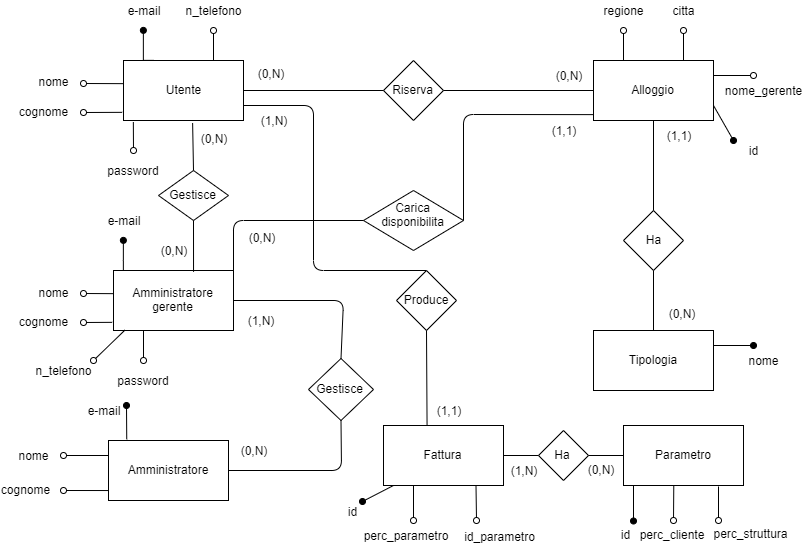
mattialazzaroni/Gestione-alloggi keeps this draw.io diagram as Progettazione/Database.png. Above is the earlier version. Source tidied: cells renumbered, new cells last; positions are measured from the earlier drawing's top-left corner, leaving out a move shared by most shapes.
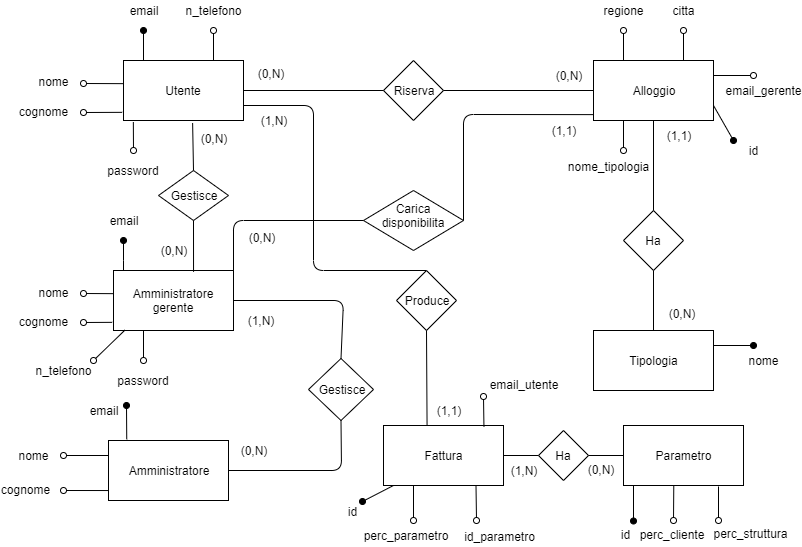
After the commit.

Diff of the diagram source:
```diff
@@ -25,7 +25,7 @@
     <mxCell id="7" style="endArrow=none;html=1;entryX=1;entryY=0.5;entryDx=0;entryDy=0;exitX=0;exitY=0.5;exitDx=0;exitDy=0;" parent="1" edge="1" source="5" target="4">
       <mxGeometry relative="1" as="geometry" />
     </mxCell>
-    <mxCell id="8" value="e-mail" style="text;html=1;strokeColor=none;fillColor=none;align=center;verticalAlign=middle;whiteSpace=wrap;rounded=0;" parent="1" vertex="1">
+    <mxCell id="8" value="email" style="text;html=1;strokeColor=none;fillColor=none;align=center;verticalAlign=middle;whiteSpace=wrap;rounded=0;" parent="1" vertex="1">
       <mxGeometry x="118" width="40" height="20" as="geometry" />
     </mxCell>
     <mxCell id="9" style="endArrow=none;html=1;entryX=0;entryY=0.386;entryDx=0;entryDy=0;startArrow=oval;startFill=0;entryPerimeter=0;" parent="1" edge="1" target="3">
@@ -81,7 +81,7 @@
         <mxPoint x="748" y="75" as="sourcePoint" />
       </mxGeometry>
     </mxCell>
-    <mxCell id="22" value="nome_gerente" style="text;html=1;strokeColor=none;fillColor=none;align=center;verticalAlign=middle;whiteSpace=wrap;rounded=0;fontSize=12;" parent="1" vertex="1">
+    <mxCell id="22" value="email_gerente" style="text;html=1;strokeColor=none;fillColor=none;align=center;verticalAlign=middle;whiteSpace=wrap;rounded=0;fontSize=12;" parent="1" vertex="1">
       <mxGeometry x="738" y="80" width="40" height="20" as="geometry" />
     </mxCell>
     <mxCell id="23" value="Ha" style="rhombus;whiteSpace=wrap;html=1;fontSize=12;" parent="1" vertex="1">
@@ -135,8 +135,8 @@
     <mxCell id="33" value="Amministratore gerente" style="rounded=0;whiteSpace=wrap;html=1;" parent="1" vertex="1">
       <mxGeometry x="108" y="270" width="120" height="60" as="geometry" />
     </mxCell>
-    <mxCell id="34" value="e-mail" style="text;html=1;strokeColor=none;fillColor=none;align=center;verticalAlign=middle;whiteSpace=wrap;rounded=0;" parent="1" vertex="1">
-      <mxGeometry x="98" y="210" width="40" height="20" as="geometry" />
+    <mxCell id="34" value="email" style="text;html=1;strokeColor=none;fillColor=none;align=center;verticalAlign=middle;whiteSpace=wrap;rounded=0;" parent="1" vertex="1">
+      <mxGeometry x="78" y="210" width="80" height="20" as="geometry" />
     </mxCell>
     <mxCell id="35" style="endArrow=none;html=1;entryX=0;entryY=0.386;entryDx=0;entryDy=0;startArrow=oval;startFill=0;entryPerimeter=0;" parent="1" edge="1" target="33">
       <mxGeometry relative="1" as="geometry">
@@ -206,7 +206,7 @@
     <mxCell id="54" value="Amministratore" style="rounded=0;whiteSpace=wrap;html=1;fontSize=12;" parent="1" vertex="1">
       <mxGeometry x="103" y="440" width="120" height="60" as="geometry" />
     </mxCell>
-    <mxCell id="55" value="e-mail" style="text;html=1;strokeColor=none;fillColor=none;align=center;verticalAlign=middle;whiteSpace=wrap;rounded=0;" parent="1" vertex="1">
+    <mxCell id="55" value="email" style="text;html=1;strokeColor=none;fillColor=none;align=center;verticalAlign=middle;whiteSpace=wrap;rounded=0;" parent="1" vertex="1">
       <mxGeometry x="78" y="400" width="40" height="20" as="geometry" />
     </mxCell>
     <mxCell id="56" value="nome" style="text;html=1;strokeColor=none;fillColor=none;align=center;verticalAlign=middle;whiteSpace=wrap;rounded=0;fontSize=12;" parent="1" vertex="1">
@@ -351,5 +351,21 @@
     <mxCell id="91" value="(0,N)" style="text;html=1;strokeColor=none;fillColor=none;align=center;verticalAlign=middle;whiteSpace=wrap;rounded=0;" parent="1" vertex="1">
       <mxGeometry x="575" y="459" width="40" height="20" as="geometry" />
     </mxCell>
+    <mxCell id="92" value="email_utente" style="text;html=1;strokeColor=none;fillColor=none;align=center;verticalAlign=middle;whiteSpace=wrap;rounded=0;" parent="1" vertex="1">
+      <mxGeometry x="478" y="374" width="80" height="20" as="geometry" />
+    </mxCell>
+    <mxCell id="93" style="endArrow=none;html=1;entryX=0.837;entryY=0.016;entryDx=0;entryDy=0;startArrow=oval;startFill=0;entryPerimeter=0;" parent="1" edge="1" target="61">
+      <mxGeometry relative="1" as="geometry">
+        <mxPoint x="478" y="396" as="sourcePoint" />
+      </mxGeometry>
+    </mxCell>
+    <mxCell id="94" style="endArrow=none;html=1;fontSize=12;entryX=0.25;entryY=1;entryDx=0;entryDy=0;startArrow=oval;startFill=0;" parent="1" edge="1" target="5">
+      <mxGeometry relative="1" as="geometry">
+        <mxPoint x="618" y="150" as="sourcePoint" />
+      </mxGeometry>
+    </mxCell>
+    <mxCell id="95" value="nome_tipologia" style="text;html=1;strokeColor=none;fillColor=none;align=center;verticalAlign=middle;whiteSpace=wrap;rounded=0;fontSize=12;" parent="1" vertex="1">
+      <mxGeometry x="583" y="156" width="40" height="20" as="geometry" />
+    </mxCell>
   </root>
 </mxGraphModel>
```
